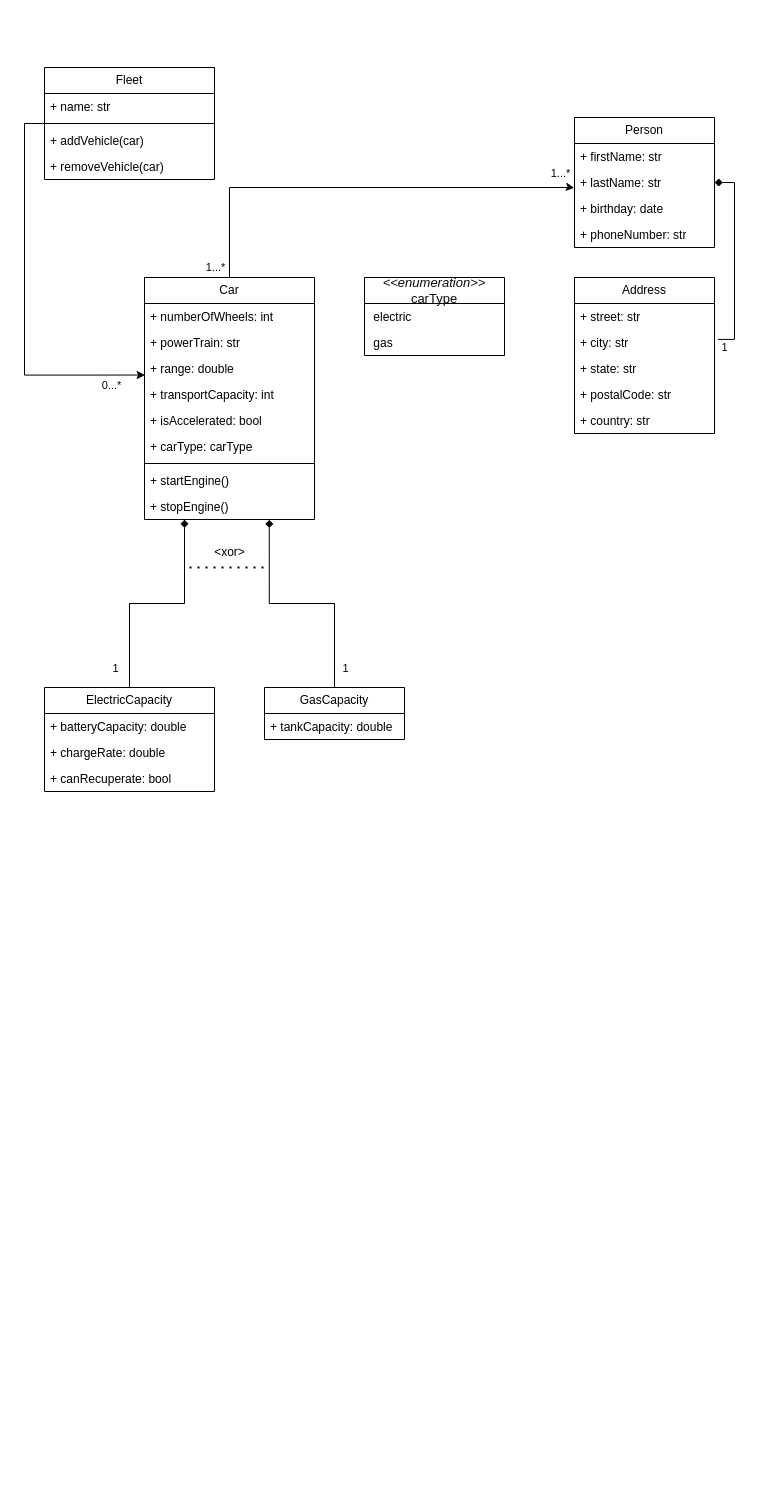
adriennhorvath/architecture keeps this draw.io diagram as UML.drawio. Above is the earlier version. Source tidied: cells renumbered, new cells numbered last; positions are measured from the earlier drawing's top-left corner, leaving out a move shared by most shapes. Both pictures are drawn from the tidied source at 100%, with x=0, y=0 at pixel (24, 67).
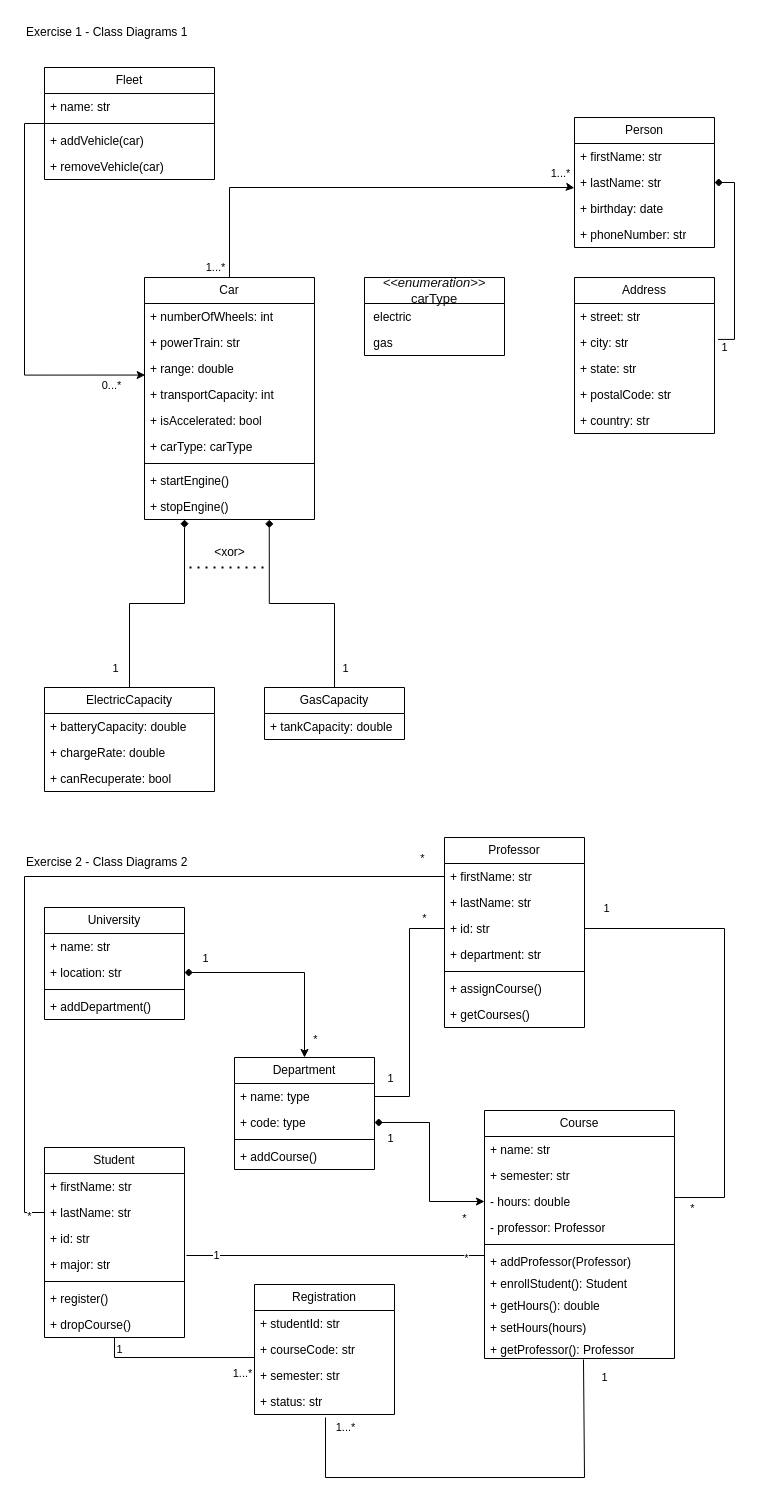
The same diagram, later.

Commit message:
UML.drawio Excersice 2 class diagram

What changed in the source:
```diff
@@
+    <mxCell id="50" value="Exercise 1 - Class Diagrams 1" style="text;html=1;align=left;verticalAlign=middle;whiteSpace=wrap;rounded=0;" parent="1" vertex="1">
+      <mxGeometry y="-50" width="370" height="30" as="geometry" />
+    </mxCell>
+    <mxCell id="51" value="Exercise 2 - Class Diagrams 2" style="text;html=1;align=left;verticalAlign=middle;whiteSpace=wrap;rounded=0;" parent="1" vertex="1">
+      <mxGeometry y="780" width="370" height="30" as="geometry" />
+    </mxCell>
+    <mxCell id="52" value="University" style="swimlane;fontStyle=0;horizontal=1;startSize=26;fillColor=none;whiteSpace=wrap;html=1;" parent="1" vertex="1">
+      <mxGeometry x="20" y="840" width="140" height="112" as="geometry" />
+    </mxCell>
+    <mxCell id="53" value="+ name: str" style="text;strokeColor=none;fillColor=none;align=left;verticalAlign=top;spacingLeft=4;spacingRight=4;overflow=hidden;whiteSpace=wrap;html=1;" parent="52" vertex="1">
+      <mxGeometry y="26" width="140" height="26" as="geometry" />
+    </mxCell>
+    <mxCell id="54" value="+ location: str" style="text;strokeColor=none;fillColor=none;align=left;verticalAlign=top;spacingLeft=4;spacingRight=4;overflow=hidden;points=[[0,0.5],[1,0.5]];portConstraint=eastwest;whiteSpace=wrap;html=1;" parent="52" vertex="1">
+      <mxGeometry y="52" width="140" height="26" as="geometry" />
+    </mxCell>
+    <mxCell id="55" style="line;strokeWidth=1;fillColor=none;align=left;verticalAlign=middle;spacingTop=-1;spacingLeft=3;spacingRight=3;labelPosition=right;strokeColor=inherit;" parent="52" vertex="1">
+      <mxGeometry y="78" width="140" height="8" as="geometry" />
+    </mxCell>
+    <mxCell id="56" value="+ addDepartment()" style="text;strokeColor=none;fillColor=none;align=left;verticalAlign=top;spacingLeft=4;spacingRight=4;overflow=hidden;whiteSpace=wrap;html=1;" parent="52" vertex="1">
+      <mxGeometry y="86" width="140" height="26" as="geometry" />
+    </mxCell>
+    <mxCell id="57" style="edgeStyle=orthogonalEdgeStyle;rounded=0;jettySize=auto;html=1;entryX=0;entryY=0.5;entryDx=0;entryDy=0;endArrow=none;startFill=0;" parent="1" edge="1" source="60" target="70">
+      <mxGeometry relative="1" as="geometry">
+        <Array as="points">
+          <mxPoint x="90" y="1290" />
+          <mxPoint x="230" y="1290" />
+        </Array>
+      </mxGeometry>
+    </mxCell>
+    <mxCell id="58" value="1" style="edgeLabel;html=1;align=center;verticalAlign=middle;" parent="57" vertex="1">
+      <mxGeometry x="-0.87" y="4" relative="1" as="geometry" />
+    </mxCell>
+    <mxCell id="59" value="1...*" style="edgeLabel;html=1;align=center;verticalAlign=middle;" parent="57" vertex="1">
+      <mxGeometry x="0.8" y="1" relative="1" as="geometry">
+        <mxPoint x="-4" y="16" as="offset" />
+      </mxGeometry>
+    </mxCell>
+    <mxCell id="60" value="Student" style="swimlane;fontStyle=0;horizontal=1;startSize=26;fillColor=none;whiteSpace=wrap;html=1;" parent="1" vertex="1">
+      <mxGeometry x="20" y="1080" width="140" height="190" as="geometry" />
+    </mxCell>
+    <mxCell id="61" value="+ firstName: str" style="text;strokeColor=none;fillColor=none;align=left;verticalAlign=top;spacingLeft=4;spacingRight=4;overflow=hidden;whiteSpace=wrap;html=1;" parent="60" vertex="1">
+      <mxGeometry y="26" width="140" height="26" as="geometry" />
+    </mxCell>
+    <mxCell id="62" value="+ lastName: str" style="text;strokeColor=none;fillColor=none;align=left;verticalAlign=top;spacingLeft=4;spacingRight=4;overflow=hidden;points=[[0,0.5],[1,0.5]];portConstraint=eastwest;whiteSpace=wrap;html=1;" parent="60" vertex="1">
+      <mxGeometry y="52" width="140" height="26" as="geometry" />
+    </mxCell>
+    <mxCell id="63" value="+ id: str" style="text;strokeColor=none;fillColor=none;align=left;verticalAlign=top;spacingLeft=4;spacingRight=4;overflow=hidden;whiteSpace=wrap;html=1;" parent="60" vertex="1">
+      <mxGeometry y="78" width="140" height="26" as="geometry" />
+    </mxCell>
+    <mxCell id="64" value="+ major: str" style="text;strokeColor=none;fillColor=none;align=left;verticalAlign=top;spacingLeft=4;spacingRight=4;overflow=hidden;points=[[0,0.5],[1,0.5]];portConstraint=eastwest;whiteSpace=wrap;html=1;" parent="60" vertex="1">
+      <mxGeometry y="104" width="140" height="26" as="geometry" />
+    </mxCell>
+    <mxCell id="65" style="line;strokeWidth=1;fillColor=none;align=left;verticalAlign=middle;spacingTop=-1;spacingLeft=3;spacingRight=3;labelPosition=right;strokeColor=inherit;" parent="60" vertex="1">
+      <mxGeometry y="130" width="140" height="8" as="geometry" />
+    </mxCell>
+    <mxCell id="66" value="+ register()" style="text;strokeColor=none;fillColor=none;align=left;verticalAlign=top;spacingLeft=4;spacingRight=4;overflow=hidden;whiteSpace=wrap;html=1;" parent="60" vertex="1">
+      <mxGeometry y="138" width="140" height="26" as="geometry" />
+    </mxCell>
+    <mxCell id="67" value="+ dropCourse()" style="text;strokeColor=none;fillColor=none;align=left;verticalAlign=top;spacingLeft=4;spacingRight=4;overflow=hidden;whiteSpace=wrap;html=1;" parent="60" vertex="1">
+      <mxGeometry y="164" width="140" height="26" as="geometry" />
+    </mxCell>
+    <mxCell id="68" value="Registration" style="swimlane;fontStyle=0;horizontal=1;startSize=26;fillColor=none;whiteSpace=wrap;html=1;" parent="1" vertex="1">
+      <mxGeometry x="230" y="1217" width="140" height="130" as="geometry" />
+    </mxCell>
+    <mxCell id="69" value="+ studentId: str" style="text;strokeColor=none;fillColor=none;align=left;verticalAlign=top;spacingLeft=4;spacingRight=4;overflow=hidden;whiteSpace=wrap;html=1;" parent="68" vertex="1">
+      <mxGeometry y="26" width="140" height="26" as="geometry" />
+    </mxCell>
+    <mxCell id="70" value="+ courseCode: str" style="text;strokeColor=none;fillColor=none;align=left;verticalAlign=top;spacingLeft=4;spacingRight=4;overflow=hidden;points=[[0,0.5],[1,0.5]];portConstraint=eastwest;whiteSpace=wrap;html=1;" parent="68" vertex="1">
+      <mxGeometry y="52" width="140" height="26" as="geometry" />
+    </mxCell>
+    <mxCell id="71" value="+ semester: str" style="text;strokeColor=none;fillColor=none;align=left;verticalAlign=top;spacingLeft=4;spacingRight=4;overflow=hidden;whiteSpace=wrap;html=1;" parent="68" vertex="1">
+      <mxGeometry y="78" width="140" height="26" as="geometry" />
+    </mxCell>
+    <mxCell id="72" value="+ status: str" style="text;strokeColor=none;fillColor=none;align=left;verticalAlign=top;spacingLeft=4;spacingRight=4;overflow=hidden;whiteSpace=wrap;html=1;" parent="68" vertex="1">
+      <mxGeometry y="104" width="140" height="26" as="geometry" />
+    </mxCell>
+    <mxCell id="73" value="Course" style="swimlane;fontStyle=0;horizontal=1;startSize=26;fillColor=none;whiteSpace=wrap;html=1;" parent="1" vertex="1">
+      <mxGeometry x="460" y="1043" width="190" height="248" as="geometry" />
+    </mxCell>
+    <mxCell id="74" value="+ name: str" style="text;strokeColor=none;fillColor=none;align=left;verticalAlign=top;spacingLeft=4;spacingRight=4;overflow=hidden;whiteSpace=wrap;html=1;" parent="73" vertex="1">
+      <mxGeometry y="26" width="190" height="26" as="geometry" />
+    </mxCell>
+    <mxCell id="75" value="+ semester: str" style="text;strokeColor=none;fillColor=none;align=left;verticalAlign=top;spacingLeft=4;spacingRight=4;overflow=hidden;whiteSpace=wrap;html=1;" parent="73" vertex="1">
+      <mxGeometry y="52" width="190" height="26" as="geometry" />
+    </mxCell>
+    <mxCell id="76" value="- hours: double" style="text;strokeColor=none;fillColor=none;align=left;verticalAlign=top;spacingLeft=4;spacingRight=4;overflow=hidden;points=[[0,0.5],[1,0.5]];portConstraint=eastwest;whiteSpace=wrap;html=1;" parent="73" vertex="1">
+      <mxGeometry y="78" width="190" height="26" as="geometry" />
+    </mxCell>
+    <mxCell id="77" value="- professor: Professor" style="text;strokeColor=none;fillColor=none;align=left;verticalAlign=top;spacingLeft=4;spacingRight=4;overflow=hidden;whiteSpace=wrap;html=1;" parent="73" vertex="1">
+      <mxGeometry y="104" width="190" height="26" as="geometry" />
+    </mxCell>
+    <mxCell id="78" style="line;strokeWidth=1;fillColor=none;align=left;verticalAlign=middle;spacingTop=-1;spacingLeft=3;spacingRight=3;labelPosition=right;strokeColor=inherit;" parent="73" vertex="1">
+      <mxGeometry y="130" width="190" height="8" as="geometry" />
+    </mxCell>
+    <mxCell id="79" value="+ addProfessor(Professor)" style="text;strokeColor=none;fillColor=none;align=left;verticalAlign=top;spacingLeft=4;spacingRight=4;overflow=hidden;points=[[0,0.5],[1,0.5]];portConstraint=eastwest;whiteSpace=wrap;html=1;" parent="73" vertex="1">
+      <mxGeometry y="138" width="190" height="22" as="geometry" />
+    </mxCell>
+    <mxCell id="80" value="+ enrollStudent(): Student" style="text;strokeColor=none;fillColor=none;align=left;verticalAlign=top;spacingLeft=4;spacingRight=4;overflow=hidden;whiteSpace=wrap;html=1;" parent="73" vertex="1">
+      <mxGeometry y="160" width="190" height="22" as="geometry" />
+    </mxCell>
+    <mxCell id="81" value="+ getHours(): double" style="text;strokeColor=none;fillColor=none;align=left;verticalAlign=top;spacingLeft=4;spacingRight=4;overflow=hidden;whiteSpace=wrap;html=1;" parent="73" vertex="1">
+      <mxGeometry y="182" width="190" height="22" as="geometry" />
+    </mxCell>
+    <mxCell id="82" value="+ setHours(hours)" style="text;strokeColor=none;fillColor=none;align=left;verticalAlign=top;spacingLeft=4;spacingRight=4;overflow=hidden;whiteSpace=wrap;html=1;" parent="73" vertex="1">
+      <mxGeometry y="204" width="190" height="22" as="geometry" />
+    </mxCell>
+    <mxCell id="83" value="+ getProfessor(): Professor" style="text;strokeColor=none;fillColor=none;align=left;verticalAlign=top;spacingLeft=4;spacingRight=4;overflow=hidden;points=[[0,0.5],[1,0.5]];portConstraint=eastwest;whiteSpace=wrap;html=1;" parent="73" vertex="1">
+      <mxGeometry y="226" width="190" height="22" as="geometry" />
+    </mxCell>
+    <mxCell id="84" value="Professor" style="swimlane;fontStyle=0;horizontal=1;startSize=26;fillColor=none;whiteSpace=wrap;html=1;" parent="1" vertex="1">
+      <mxGeometry x="420" y="770" width="140" height="190" as="geometry" />
+    </mxCell>
+    <mxCell id="85" value="+ firstName: str" style="text;strokeColor=none;fillColor=none;align=left;verticalAlign=top;spacingLeft=4;spacingRight=4;overflow=hidden;points=[[0,0.5],[1,0.5]];portConstraint=eastwest;whiteSpace=wrap;html=1;" parent="84" vertex="1">
+      <mxGeometry y="26" width="140" height="26" as="geometry" />
+    </mxCell>
+    <mxCell id="86" value="+ lastName: str" style="text;strokeColor=none;fillColor=none;align=left;verticalAlign=top;spacingLeft=4;spacingRight=4;overflow=hidden;whiteSpace=wrap;html=1;" parent="84" vertex="1">
+      <mxGeometry y="52" width="140" height="26" as="geometry" />
+    </mxCell>
+    <mxCell id="87" value="+ id: str" style="text;strokeColor=none;fillColor=none;align=left;verticalAlign=top;spacingLeft=4;spacingRight=4;overflow=hidden;points=[[0,0.5],[1,0.5]];portConstraint=eastwest;whiteSpace=wrap;html=1;" parent="84" vertex="1">
+      <mxGeometry y="78" width="140" height="26" as="geometry" />
+    </mxCell>
+    <mxCell id="88" value="+ department: str" style="text;strokeColor=none;fillColor=none;align=left;verticalAlign=top;spacingLeft=4;spacingRight=4;overflow=hidden;whiteSpace=wrap;html=1;" parent="84" vertex="1">
+      <mxGeometry y="104" width="140" height="26" as="geometry" />
+    </mxCell>
+    <mxCell id="89" style="line;strokeWidth=1;fillColor=none;align=left;verticalAlign=middle;spacingTop=-1;spacingLeft=3;spacingRight=3;labelPosition=right;strokeColor=inherit;" parent="84" vertex="1">
+      <mxGeometry y="130" width="140" height="8" as="geometry" />
+    </mxCell>
+    <mxCell id="90" value="+ assignCourse()" style="text;strokeColor=none;fillColor=none;align=left;verticalAlign=top;spacingLeft=4;spacingRight=4;overflow=hidden;whiteSpace=wrap;html=1;" parent="84" vertex="1">
+      <mxGeometry y="138" width="140" height="26" as="geometry" />
+    </mxCell>
+    <mxCell id="91" value="+ getCourses()" style="text;strokeColor=none;fillColor=none;align=left;verticalAlign=top;spacingLeft=4;spacingRight=4;overflow=hidden;whiteSpace=wrap;html=1;" parent="84" vertex="1">
+      <mxGeometry y="164" width="140" height="26" as="geometry" />
+    </mxCell>
+    <mxCell id="92" value="Department" style="swimlane;fontStyle=0;horizontal=1;startSize=26;fillColor=none;whiteSpace=wrap;html=1;" parent="1" vertex="1">
+      <mxGeometry x="210" y="990" width="140" height="112" as="geometry" />
+    </mxCell>
+    <mxCell id="93" value="+ name: type" style="text;strokeColor=none;fillColor=none;align=left;verticalAlign=top;spacingLeft=4;spacingRight=4;overflow=hidden;points=[[0,0.5],[1,0.5]];portConstraint=eastwest;whiteSpace=wrap;html=1;" parent="92" vertex="1">
+      <mxGeometry y="26" width="140" height="26" as="geometry" />
+    </mxCell>
+    <mxCell id="94" value="+ code: type" style="text;strokeColor=none;fillColor=none;align=left;verticalAlign=top;spacingLeft=4;spacingRight=4;overflow=hidden;points=[[0,0.5],[1,0.5]];portConstraint=eastwest;whiteSpace=wrap;html=1;" parent="92" vertex="1">
+      <mxGeometry y="52" width="140" height="26" as="geometry" />
+    </mxCell>
+    <mxCell id="95" style="line;strokeWidth=1;fillColor=none;align=left;verticalAlign=middle;spacingTop=-1;spacingLeft=3;spacingRight=3;labelPosition=right;strokeColor=inherit;" parent="92" vertex="1">
+      <mxGeometry y="78" width="140" height="8" as="geometry" />
+    </mxCell>
+    <mxCell id="96" value="+ addCourse()" style="text;strokeColor=none;fillColor=none;align=left;verticalAlign=top;spacingLeft=4;spacingRight=4;overflow=hidden;whiteSpace=wrap;html=1;" parent="92" vertex="1">
+      <mxGeometry y="86" width="140" height="26" as="geometry" />
+    </mxCell>
+    <mxCell id="97" style="edgeStyle=orthogonalEdgeStyle;rounded=0;jettySize=auto;html=1;endArrow=none;startFill=0;entryX=0.521;entryY=1.045;entryDx=0;entryDy=0;entryPerimeter=0;" parent="1" edge="1" target="83">
+      <mxGeometry relative="1" as="geometry">
+        <mxPoint x="301" y="1350" as="sourcePoint" />
+        <Array as="points">
+          <mxPoint x="301" y="1410" />
+          <mxPoint x="560" y="1410" />
+        </Array>
+      </mxGeometry>
+    </mxCell>
+    <mxCell id="98" value="1" style="edgeLabel;html=1;align=center;verticalAlign=middle;" parent="97" vertex="1">
+      <mxGeometry x="0.93" y="-1" relative="1" as="geometry">
+        <mxPoint x="19" y="3" as="offset" />
+      </mxGeometry>
+    </mxCell>
+    <mxCell id="99" value="1...*" style="edgeLabel;html=1;align=center;verticalAlign=middle;" parent="97" vertex="1">
+      <mxGeometry x="-0.96" y="-1" relative="1" as="geometry">
+        <mxPoint x="20" as="offset" />
+      </mxGeometry>
+    </mxCell>
+    <mxCell id="100" style="edgeStyle=orthogonalEdgeStyle;rounded=0;jettySize=auto;html=1;entryX=0.5;entryY=0;entryDx=0;entryDy=0;endArrow=classic;startFill=1;endFill=1;startArrow=diamond;" parent="1" edge="1" source="54" target="92">
+      <mxGeometry relative="1" as="geometry" />
+    </mxCell>
+    <mxCell id="101" value="1" style="edgeLabel;html=1;align=center;verticalAlign=middle;" parent="100" vertex="1">
+      <mxGeometry x="-0.8" relative="1" as="geometry">
+        <mxPoint y="-15" as="offset" />
+      </mxGeometry>
+    </mxCell>
+    <mxCell id="102" value="*" style="edgeLabel;html=1;align=center;verticalAlign=middle;" parent="100" vertex="1">
+      <mxGeometry x="0.81" relative="1" as="geometry">
+        <mxPoint x="10" as="offset" />
+      </mxGeometry>
+    </mxCell>
+    <mxCell id="103" style="edgeStyle=orthogonalEdgeStyle;rounded=0;jettySize=auto;html=1;entryX=0;entryY=0.5;entryDx=0;entryDy=0;endArrow=classic;startFill=1;endFill=1;startArrow=diamond;" parent="1" edge="1" source="94" target="76">
+      <mxGeometry relative="1" as="geometry" />
+    </mxCell>
+    <mxCell id="104" value="1" style="edgeLabel;html=1;align=center;verticalAlign=middle;" parent="103" vertex="1">
+      <mxGeometry x="-0.84" y="1" relative="1" as="geometry">
+        <mxPoint y="16" as="offset" />
+      </mxGeometry>
+    </mxCell>
+    <mxCell id="105" value="*" style="edgeLabel;html=1;align=center;verticalAlign=middle;" parent="103" vertex="1">
+      <mxGeometry x="0.74" y="2" relative="1" as="geometry">
+        <mxPoint x="4" y="18" as="offset" />
+      </mxGeometry>
+    </mxCell>
+    <mxCell id="106" style="edgeStyle=orthogonalEdgeStyle;rounded=0;jettySize=auto;html=1;entryX=0;entryY=0.5;entryDx=0;entryDy=0;endArrow=none;startFill=0;" parent="1" edge="1" source="93" target="87">
+      <mxGeometry relative="1" as="geometry" />
+    </mxCell>
+    <mxCell id="107" value="1" style="edgeLabel;html=1;align=center;verticalAlign=middle;" parent="106" vertex="1">
+      <mxGeometry x="-0.87" y="1" relative="1" as="geometry">
+        <mxPoint y="-18" as="offset" />
+      </mxGeometry>
+    </mxCell>
+    <mxCell id="108" value="*" style="edgeLabel;html=1;align=center;verticalAlign=middle;" parent="106" vertex="1">
+      <mxGeometry x="0.82" y="-1" relative="1" as="geometry">
+        <mxPoint y="-12" as="offset" />
+      </mxGeometry>
+    </mxCell>
+    <mxCell id="109" style="edgeStyle=orthogonalEdgeStyle;rounded=0;jettySize=auto;html=1;exitX=1;exitY=0.5;exitDx=0;exitDy=0;entryX=1;entryY=0.5;entryDx=0;entryDy=0;startArrow=none;startFill=0;endArrow=none;" parent="1" edge="1" source="87" target="76">
+      <mxGeometry relative="1" as="geometry">
+        <Array as="points">
+          <mxPoint x="700" y="861" />
+          <mxPoint x="700" y="1130" />
+        </Array>
+      </mxGeometry>
+    </mxCell>
+    <mxCell id="110" value="1" style="edgeLabel;html=1;align=center;verticalAlign=middle;" parent="109" vertex="1">
+      <mxGeometry x="-0.89" y="-3" relative="1" as="geometry">
+        <mxPoint x="-4" y="-24" as="offset" />
+      </mxGeometry>
+    </mxCell>
+    <mxCell id="111" value="*" style="edgeLabel;html=1;align=center;verticalAlign=middle;" parent="109" vertex="1">
+      <mxGeometry x="0.91" relative="1" as="geometry">
+        <mxPoint y="10" as="offset" />
+      </mxGeometry>
+    </mxCell>
+    <mxCell id="112" style="edgeStyle=orthogonalEdgeStyle;rounded=0;jettySize=auto;html=1;exitX=0;exitY=0.5;exitDx=0;exitDy=0;entryX=1.014;entryY=0.154;entryDx=0;entryDy=0;entryPerimeter=0;endArrow=none;startFill=0;" parent="1" edge="1" source="79" target="64">
+      <mxGeometry relative="1" as="geometry">
+        <Array as="points">
+          <mxPoint x="460" y="1188" />
+        </Array>
+      </mxGeometry>
+    </mxCell>
+    <mxCell id="113" value="*" style="edgeLabel;html=1;align=center;verticalAlign=middle;" parent="112" vertex="1">
+      <mxGeometry x="-0.85" y="2" relative="1" as="geometry" />
+    </mxCell>
+    <mxCell id="114" value="1" style="edgeLabel;html=1;align=center;verticalAlign=middle;" parent="112" vertex="1">
+      <mxGeometry x="0.8" y="-1" relative="1" as="geometry" />
+    </mxCell>
+    <mxCell id="115" style="edgeStyle=orthogonalEdgeStyle;rounded=0;jettySize=auto;html=1;entryX=0;entryY=0.5;entryDx=0;entryDy=0;endArrow=none;startFill=0;" parent="1" edge="1" source="85" target="62">
+      <mxGeometry relative="1" as="geometry" />
+    </mxCell>
+    <mxCell id="116" value="*" style="edgeLabel;html=1;align=center;verticalAlign=middle;" parent="115" vertex="1">
+      <mxGeometry x="-0.94" y="-2" relative="1" as="geometry">
+        <mxPoint y="-17" as="offset" />
+      </mxGeometry>
+    </mxCell>
+    <mxCell id="117" value="*" style="edgeLabel;html=1;align=center;verticalAlign=middle;" parent="115" vertex="1">
+      <mxGeometry x="0.96" y="-3" relative="1" as="geometry" />
+    </mxCell>
```
